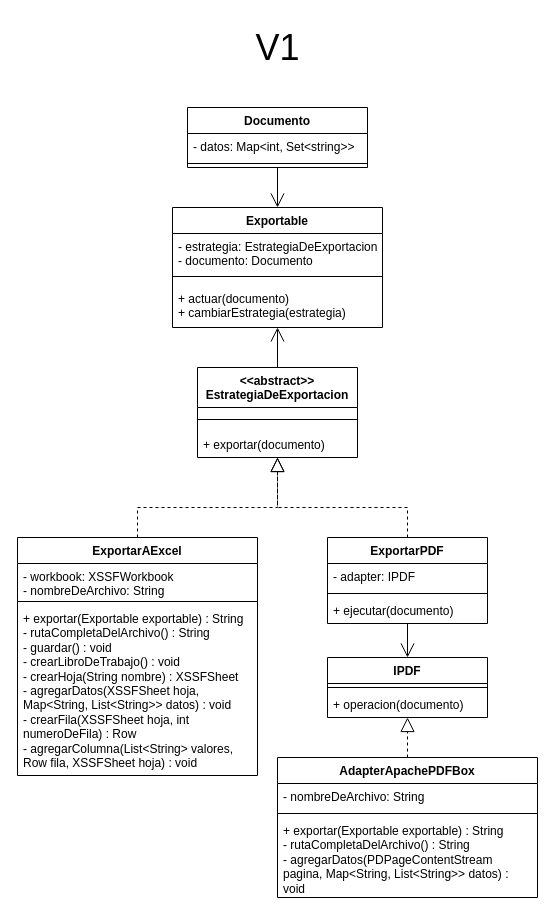
The draw.io diagram CeruttiSampieri-TPv1/DiagramaV1.drawio in Juanchi0207/DDS24_PanzeraSampieri, before the edit. Source tidied: cells renumbered, new cells numbered last; positions are measured from the earlier drawing's top-left corner, leaving out a move shared by most shapes. Both pictures are drawn from the tidied source at 100%, with x=0, y=0 at pixel (17, 17).
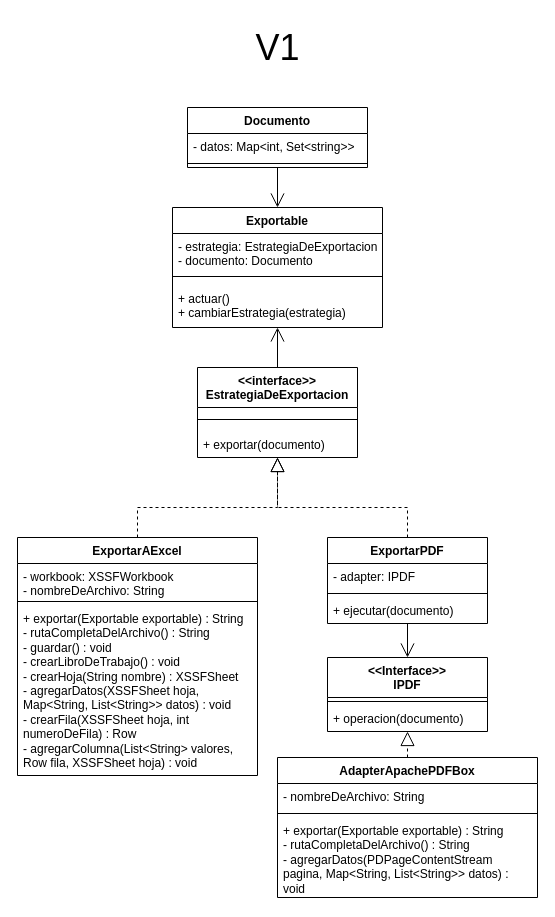
The same diagram, later.

Unchanged cells that the change refers to:
```xml
<mxCell id="5" value="Exportable" style="swimlane;fontStyle=1;align=center;verticalAlign=top;horizontal=1;startSize=26;whiteSpace=wrap;html=1;" parent="1" vertex="1">
  <mxGeometry x="155" y="190" width="210" height="120" as="geometry" />
</mxCell>
```

What changed in the source:
```diff
@@
-    <mxCell id="8" value="&lt;div&gt;+ actuar(documento)&lt;/div&gt;&lt;div&gt;+ cambiarEstrategia(estrategia)&lt;br&gt;&lt;/div&gt;" style="text;strokeColor=none;fillColor=none;align=left;verticalAlign=top;spacingLeft=4;spacingRight=4;overflow=hidden;whiteSpace=wrap;html=1;" parent="5" vertex="1">
+    <mxCell id="8" value="&lt;div&gt;+ actuar()&lt;/div&gt;&lt;div&gt;+ cambiarEstrategia(estrategia)&lt;br&gt;&lt;/div&gt;" style="text;strokeColor=none;fillColor=none;align=left;verticalAlign=top;spacingLeft=4;spacingRight=4;overflow=hidden;whiteSpace=wrap;html=1;" parent="5" vertex="1">
       <mxGeometry y="78" width="210" height="42" as="geometry" />
     </mxCell>
@@
-    <mxCell id="13" value="IPDF" style="swimlane;fontStyle=1;align=center;verticalAlign=top;horizontal=1;startSize=26;whiteSpace=wrap;html=1;" parent="1" vertex="1">
-      <mxGeometry x="310" y="640" width="160" height="60" as="geometry" />
+    <mxCell id="13" value="&amp;lt;&amp;lt;Interface&amp;gt;&amp;gt;&lt;br&gt;&lt;div&gt;IPDF&lt;/div&gt;" style="swimlane;fontStyle=1;align=center;verticalAlign=top;horizontal=1;startSize=40;whiteSpace=wrap;html=1;" parent="1" vertex="1">
+      <mxGeometry x="310" y="640" width="160" height="74" as="geometry" />
     </mxCell>
     <mxCell id="14" style="line;strokeWidth=1;fillColor=none;align=left;verticalAlign=middle;spacingTop=-1;spacingLeft=3;spacingRight=3;labelPosition=right;strokeColor=inherit;" parent="13" vertex="1">
-      <mxGeometry y="26" width="160" height="8" as="geometry" />
+      <mxGeometry y="40" width="160" height="8" as="geometry" />
     </mxCell>
     <mxCell id="15" value="+ operacion(documento)" style="text;strokeColor=none;fillColor=none;align=left;verticalAlign=top;spacingLeft=4;spacingRight=4;overflow=hidden;whiteSpace=wrap;html=1;" parent="13" vertex="1">
-      <mxGeometry y="34" width="160" height="26" as="geometry" />
+      <mxGeometry y="48" width="160" height="26" as="geometry" />
     </mxCell>
@@
-    <mxCell id="26" value="&lt;div&gt;&amp;lt;&amp;lt;abstract&amp;gt;&amp;gt;&lt;/div&gt;&lt;div&gt;EstrategiaDeExportacion&lt;br&gt;&lt;/div&gt;" style="swimlane;fontStyle=1;align=center;verticalAlign=top;horizontal=1;startSize=40;whiteSpace=wrap;html=1;" parent="1" vertex="1">
+    <mxCell id="26" value="&lt;div&gt;&amp;lt;&amp;lt;interface&amp;gt;&amp;gt;&lt;/div&gt;&lt;div&gt;EstrategiaDeExportacion&lt;br&gt;&lt;/div&gt;" style="swimlane;fontStyle=1;align=center;verticalAlign=top;horizontal=1;startSize=40;whiteSpace=wrap;html=1;" parent="1" vertex="1">
       <mxGeometry x="180" y="350" width="160" height="90" as="geometry" />
     </mxCell>
```
